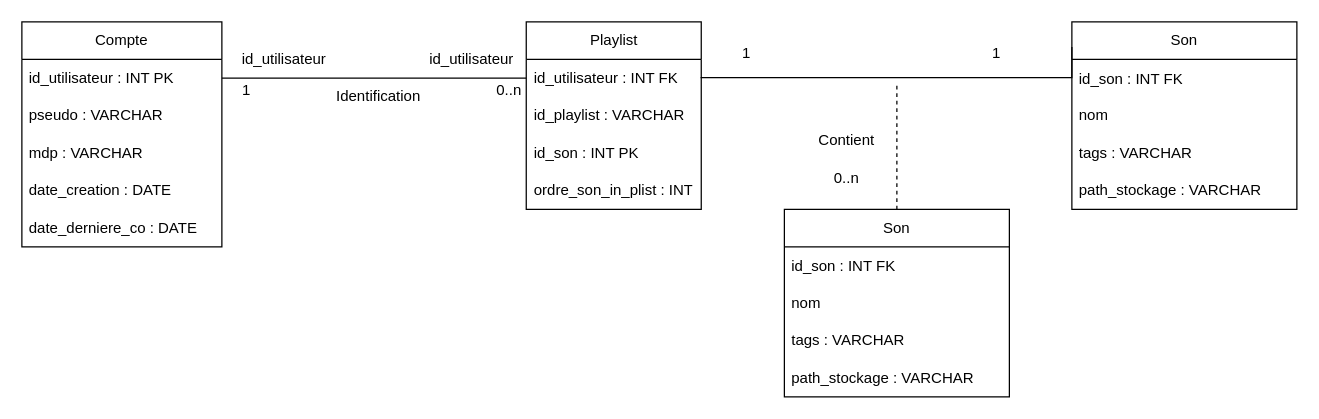
The draw.io diagram doc/modelisation/diagramme_donnees(2).drawio in PepitoTSO/Projet-INFO-ENSAI-2A-Gr14, before the edit. Source tidied: cells renumbered, new cells numbered last; positions are measured from the earlier drawing's top-left corner, leaving out a move shared by most shapes. Both pictures are drawn from the tidied source at 125%, with x=0, y=0 at pixel (21, 21).
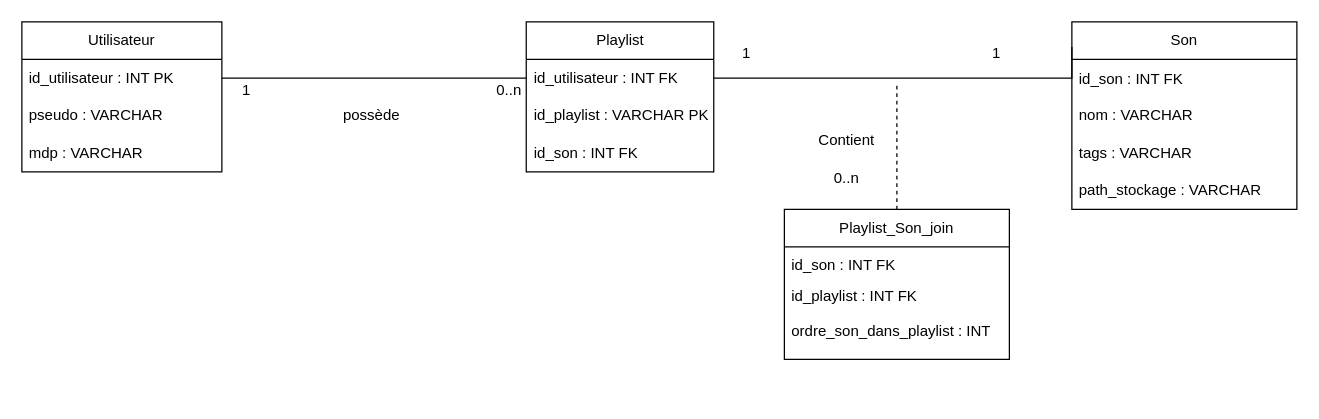
After the change.

Unchanged cells that the change refers to:
```xml
<mxCell id="13" value="Son" style="swimlane;fontStyle=0;horizontal=1;startSize=30;whiteSpace=wrap;html=1;" parent="1" vertex="1">
  <mxGeometry x="840" width="180" height="150" as="geometry" />
</mxCell>
```

Change to the diagram source:
```diff
@@
-    <mxCell id="2" value="Compte" style="swimlane;fontStyle=0;horizontal=1;startSize=30;whiteSpace=wrap;html=1;" parent="1" vertex="1">
-      <mxGeometry width="160" height="180" as="geometry" />
+    <mxCell id="2" value="Utilisateur" style="swimlane;fontStyle=0;horizontal=1;startSize=30;whiteSpace=wrap;html=1;" parent="1" vertex="1">
+      <mxGeometry width="160" height="120" as="geometry" />
     </mxCell>
@@
-    <mxCell id="6" value="date_creation : DATE" style="text;strokeColor=none;fillColor=none;align=left;verticalAlign=middle;spacingLeft=4;spacingRight=4;overflow=hidden;whiteSpace=wrap;html=1;" parent="2" vertex="1">
-      <mxGeometry y="120" width="160" height="30" as="geometry" />
-    </mxCell>
-    <mxCell id="7" value="date_derniere_co : DATE" style="text;strokeColor=none;fillColor=none;align=left;verticalAlign=middle;spacingLeft=4;spacingRight=4;overflow=hidden;whiteSpace=wrap;html=1;" parent="2" vertex="1">
-      <mxGeometry y="150" width="160" height="30" as="geometry" />
-    </mxCell>
     <mxCell id="8" value="Playlist" style="swimlane;fontStyle=0;horizontal=1;startSize=30;whiteSpace=wrap;html=1;" parent="1" vertex="1">
-      <mxGeometry x="403.5" width="140" height="150" as="geometry" />
+      <mxGeometry x="403.5" width="150" height="120" as="geometry" />
     </mxCell>
     <mxCell id="9" value="id_utilisateur : INT FK" style="text;strokeColor=none;fillColor=none;align=left;verticalAlign=middle;spacingLeft=4;spacingRight=4;overflow=hidden;points=[[0,0.5],[1,0.5]];portConstraint=eastwest;whiteSpace=wrap;html=1;" parent="8" vertex="1">
-      <mxGeometry y="30" width="140" height="30" as="geometry" />
+      <mxGeometry y="30" width="150" height="30" as="geometry" />
     </mxCell>
-    <mxCell id="10" value="id_playlist : VARCHAR" style="text;strokeColor=none;fillColor=none;align=left;verticalAlign=middle;spacingLeft=4;spacingRight=4;overflow=hidden;whiteSpace=wrap;html=1;" parent="8" vertex="1">
-      <mxGeometry y="60" width="140" height="30" as="geometry" />
+    <mxCell id="10" value="id_playlist : VARCHAR PK" style="text;strokeColor=none;fillColor=none;align=left;verticalAlign=middle;spacingLeft=4;spacingRight=4;overflow=hidden;whiteSpace=wrap;html=1;" parent="8" vertex="1">
+      <mxGeometry y="60" width="150" height="30" as="geometry" />
     </mxCell>
-    <mxCell id="11" value="id_son : INT PK" style="text;strokeColor=none;fillColor=none;align=left;verticalAlign=middle;spacingLeft=4;spacingRight=4;overflow=hidden;whiteSpace=wrap;html=1;" parent="8" vertex="1">
-      <mxGeometry y="90" width="140" height="30" as="geometry" />
+    <mxCell id="11" value="id_son : INT FK" style="text;strokeColor=none;fillColor=none;align=left;verticalAlign=middle;spacingLeft=4;spacingRight=4;overflow=hidden;whiteSpace=wrap;html=1;" parent="8" vertex="1">
+      <mxGeometry y="90" width="150" height="30" as="geometry" />
     </mxCell>
-    <mxCell id="12" value="ordre_son_in_plist : INT" style="text;strokeColor=none;fillColor=none;align=left;verticalAlign=middle;spacingLeft=4;spacingRight=4;overflow=hidden;whiteSpace=wrap;html=1;" parent="8" vertex="1">
-      <mxGeometry y="120" width="140" height="30" as="geometry" />
-    </mxCell>
@@
-    <mxCell id="14" value="id_son : INT FK&lt;div&gt;&lt;br&gt;&lt;/div&gt;&lt;div&gt;nom&lt;/div&gt;" style="text;strokeColor=none;fillColor=none;align=left;verticalAlign=middle;spacingLeft=4;spacingRight=4;overflow=hidden;whiteSpace=wrap;html=1;" parent="13" vertex="1">
+    <mxCell id="14" value="id_son : INT FK&lt;div&gt;&lt;br&gt;&lt;/div&gt;&lt;div&gt;nom : VARCHAR&lt;/div&gt;" style="text;strokeColor=none;fillColor=none;align=left;verticalAlign=middle;spacingLeft=4;spacingRight=4;overflow=hidden;whiteSpace=wrap;html=1;" parent="13" vertex="1">
       <mxGeometry y="30" width="180" height="60" as="geometry" />
     </mxCell>
@@
-    <mxCell id="18" style="edgeStyle=orthogonalEdgeStyle;rounded=0;orthogonalLoop=1;jettySize=auto;html=1;endArrow=none;endFill=0;" parent="1" edge="1">
+    <mxCell id="18" style="edgeStyle=orthogonalEdgeStyle;rounded=0;jettySize=auto;html=1;endArrow=none;endFill=0;exitX=1;exitY=0.5;exitDx=0;exitDy=0;" parent="1" edge="1" source="9">
       <mxGeometry relative="1" as="geometry">
-        <mxPoint x="543" y="44.5" as="sourcePoint" />
         <mxPoint x="840" y="20" as="targetPoint" />
         <Array as="points">
           <mxPoint x="840" y="45" />
         </Array>
       </mxGeometry>
     </mxCell>
-    <mxCell id="19" value="Identification" style="text;html=1;align=center;verticalAlign=middle;strokeColor=none;fillColor=none;" parent="1" vertex="1">
-      <mxGeometry x="240" y="45" width="90" height="30" as="geometry" />
-    </mxCell>
-    <mxCell id="20" value="id_utilisateur" style="text;html=1;align=center;verticalAlign=middle;whiteSpace=wrap;rounded=0;" parent="1" vertex="1">
-      <mxGeometry x="180" y="15" width="60" height="30" as="geometry" />
+    <mxCell id="20" value="possède" style="text;html=1;align=center;verticalAlign=middle;whiteSpace=wrap;rounded=0;" parent="1" vertex="1">
+      <mxGeometry x="250" y="60" width="60" height="30" as="geometry" />
     </mxCell>
-    <mxCell id="21" value="id_utilisateur" style="text;html=1;align=center;verticalAlign=middle;whiteSpace=wrap;rounded=0;" parent="1" vertex="1">
-      <mxGeometry x="330" y="15" width="60" height="30" as="geometry" />
-    </mxCell>
@@
-    <mxCell id="28" value="Son" style="swimlane;fontStyle=0;horizontal=1;startSize=30;whiteSpace=wrap;html=1;" parent="1" vertex="1">
-      <mxGeometry x="610" y="150" width="180" height="150" as="geometry" />
+    <mxCell id="28" value="Playlist_Son_join" style="swimlane;fontStyle=0;horizontal=1;startSize=30;whiteSpace=wrap;html=1;" parent="1" vertex="1">
+      <mxGeometry x="610" y="150" width="180" height="120" as="geometry" />
     </mxCell>
-    <mxCell id="29" value="id_son : INT FK&lt;div&gt;&lt;br&gt;&lt;/div&gt;&lt;div&gt;nom&lt;/div&gt;" style="text;strokeColor=none;fillColor=none;align=left;verticalAlign=middle;spacingLeft=4;spacingRight=4;overflow=hidden;whiteSpace=wrap;html=1;" parent="28" vertex="1">
-      <mxGeometry y="30" width="180" height="60" as="geometry" />
+    <mxCell id="29" value="id_son : INT FK" style="text;strokeColor=none;fillColor=none;align=left;verticalAlign=middle;spacingLeft=4;spacingRight=4;overflow=hidden;whiteSpace=wrap;html=1;" parent="28" vertex="1">
+      <mxGeometry y="30" width="180" height="30" as="geometry" />
     </mxCell>
-    <mxCell id="30" value="tags : VARCHAR" style="text;strokeColor=none;fillColor=none;align=left;verticalAlign=middle;spacingLeft=4;spacingRight=4;overflow=hidden;whiteSpace=wrap;html=1;" parent="28" vertex="1">
-      <mxGeometry y="90" width="180" height="30" as="geometry" />
-    </mxCell>
-    <mxCell id="31" value="path_stockage : VARCHAR" style="text;strokeColor=none;fillColor=none;align=left;verticalAlign=middle;spacingLeft=4;spacingRight=4;overflow=hidden;whiteSpace=wrap;html=1;" parent="28" vertex="1">
-      <mxGeometry y="120" width="180" height="30" as="geometry" />
+    <mxCell id="31" value="id_playlist : INT FK&lt;div&gt;&lt;br&gt;&lt;div&gt;ordre_son_dans_playlist : INT&lt;/div&gt;&lt;div&gt;&lt;br&gt;&lt;/div&gt;&lt;/div&gt;" style="text;strokeColor=none;fillColor=none;align=left;verticalAlign=middle;spacingLeft=4;spacingRight=4;overflow=hidden;whiteSpace=wrap;html=1;" parent="28" vertex="1">
+      <mxGeometry y="60" width="180" height="60" as="geometry" />
     </mxCell>
```
